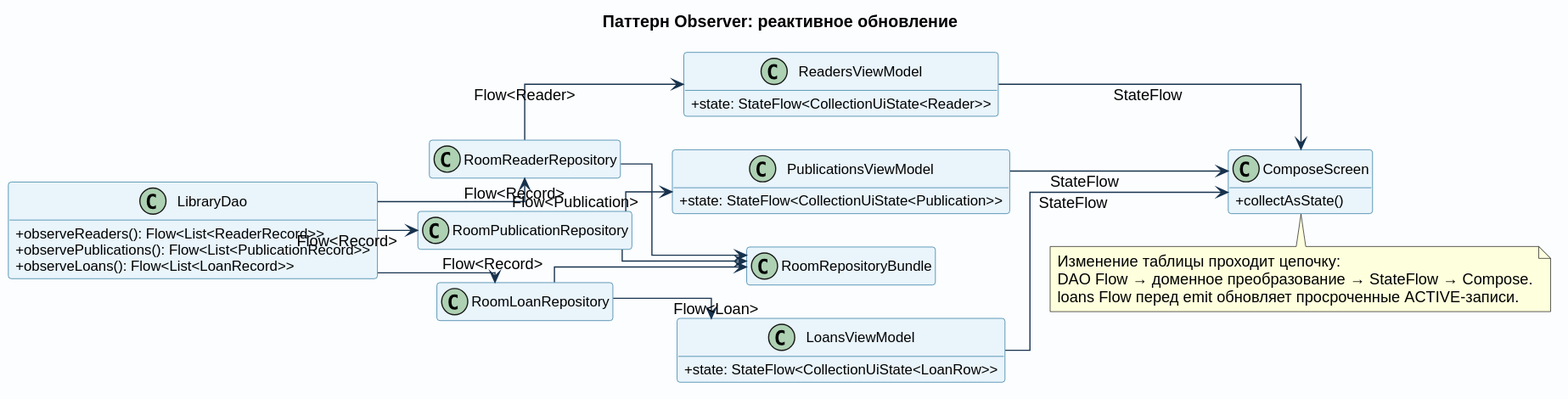
The PlantUML diagram docs/images/pattern_observer.svg in pank-suai/course-oop-library, before a commit. The source it was exported from:
```plantuml
@startuml
left to right direction
skinparam backgroundColor #FBFDFF
skinparam shadowing false
skinparam defaultFontName Arial
skinparam classFontSize 15
skinparam classAttributeFontSize 12
skinparam classAttributeIconSize 0
skinparam packageStyle rectangle
skinparam linetype ortho
skinparam nodesep 28
skinparam ranksep 34
skinparam ArrowColor #17324D
skinparam ClassBorderColor #24739B
skinparam ClassBackgroundColor #E9F4FB
skinparam InterfaceBorderColor #735A9B
skinparam InterfaceBackgroundColor #F0EDFA
hide empty members

title Паттерн Observer: реактивное обновление

class LibraryDao {
  +observeReaders(): Flow<List<ReaderRecord>>
  +observePublications(): Flow<List<PublicationRecord>>
  +observeLoans(): Flow<List<LoanRecord>>
}
class RoomRepositoryBundle
class RoomReaderRepository
class RoomPublicationRepository
class RoomLoanRepository
class ReadersViewModel {
  +state: StateFlow<CollectionUiState<Reader>>
}
class PublicationsViewModel {
  +state: StateFlow<CollectionUiState<Publication>>
}
class LoansViewModel {
  +state: StateFlow<CollectionUiState<LoanRow>>
}
class ComposeScreen {
  +collectAsState()
}

LibraryDao --> RoomReaderRepository : Flow<Record>
LibraryDao --> RoomPublicationRepository : Flow<Record>
LibraryDao --> RoomLoanRepository : Flow<Record>
RoomReaderRepository --> RoomRepositoryBundle
RoomPublicationRepository --> RoomRepositoryBundle
RoomLoanRepository --> RoomRepositoryBundle
RoomReaderRepository --> ReadersViewModel : Flow<Reader>
RoomPublicationRepository --> PublicationsViewModel : Flow<Publication>
RoomLoanRepository --> LoansViewModel : Flow<Loan>
ReadersViewModel --> ComposeScreen : StateFlow
PublicationsViewModel --> ComposeScreen : StateFlow
LoansViewModel --> ComposeScreen : StateFlow
note bottom
  Изменение таблицы проходит цепочку:
  DAO Flow → доменное преобразование → StateFlow → Compose.
  loans Flow перед emit обновляет просроченные ACTIVE-записи.
end note
@enduml
```
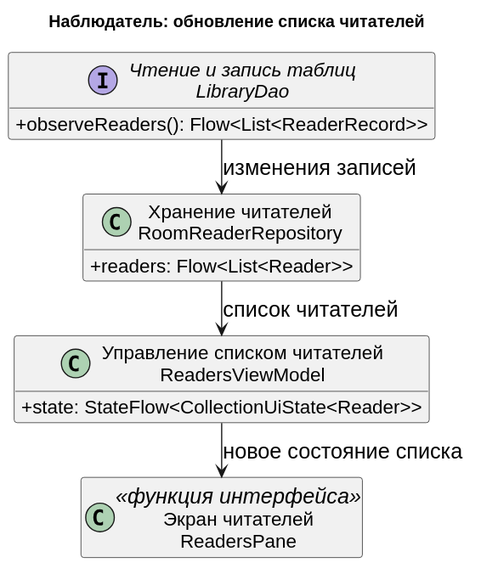
The same diagram one commit later.

Diff of the diagram source:
```diff
@@ -1,61 +1,28 @@
 @startuml
-left to right direction
-skinparam backgroundColor #FBFDFF
+top to bottom direction
 skinparam shadowing false
+skinparam backgroundColor white
 skinparam defaultFontName Arial
-skinparam classFontSize 15
-skinparam classAttributeFontSize 12
+skinparam defaultFontSize 18
+skinparam classFontSize 18
+skinparam classAttributeFontSize 16
 skinparam classAttributeIconSize 0
 skinparam packageStyle rectangle
-skinparam linetype ortho
-skinparam nodesep 28
-skinparam ranksep 34
-skinparam ArrowColor #17324D
-skinparam ClassBorderColor #24739B
-skinparam ClassBackgroundColor #E9F4FB
-skinparam InterfaceBorderColor #735A9B
-skinparam InterfaceBackgroundColor #F0EDFA
+skinparam nodesep 18
+skinparam ranksep 24
 hide empty members
-
-title Паттерн Observer: реактивное обновление
-
-class LibraryDao {
-  +observeReaders(): Flow<List<ReaderRecord>>
-  +observePublications(): Flow<List<PublicationRecord>>
-  +observeLoans(): Flow<List<LoanRecord>>
+title Наблюдатель: обновление списка читателей
+interface "Чтение и запись таблиц\nLibraryDao" as LibraryDao {
+ +observeReaders(): Flow<List<ReaderRecord>>
 }
-class RoomRepositoryBundle
-class RoomReaderRepository
-class RoomPublicationRepository
-class RoomLoanRepository
-class ReadersViewModel {
-  +state: StateFlow<CollectionUiState<Reader>>
+class "Хранение читателей\nRoomReaderRepository" as RoomReaderRepository {
+ +readers: Flow<List<Reader>>
 }
-class PublicationsViewModel {
-  +state: StateFlow<CollectionUiState<Publication>>
+class "Управление списком читателей\nReadersViewModel" as ReadersViewModel {
+ +state: StateFlow<CollectionUiState<Reader>>
 }
-class LoansViewModel {
-  +state: StateFlow<CollectionUiState<LoanRow>>
-}
-class ComposeScreen {
-  +collectAsState()
-}
-
-LibraryDao --> RoomReaderRepository : Flow<Record>
-LibraryDao --> RoomPublicationRepository : Flow<Record>
-LibraryDao --> RoomLoanRepository : Flow<Record>
-RoomReaderRepository --> RoomRepositoryBundle
-RoomPublicationRepository --> RoomRepositoryBundle
-RoomLoanRepository --> RoomRepositoryBundle
-RoomReaderRepository --> ReadersViewModel : Flow<Reader>
-RoomPublicationRepository --> PublicationsViewModel : Flow<Publication>
-RoomLoanRepository --> LoansViewModel : Flow<Loan>
-ReadersViewModel --> ComposeScreen : StateFlow
-PublicationsViewModel --> ComposeScreen : StateFlow
-LoansViewModel --> ComposeScreen : StateFlow
-note bottom
-  Изменение таблицы проходит цепочку:
-  DAO Flow → доменное преобразование → StateFlow → Compose.
-  loans Flow перед emit обновляет просроченные ACTIVE-записи.
-end note
+class "Экран читателей\nReadersPane" as ReadersPane <<функция интерфейса>>
+LibraryDao --> RoomReaderRepository : изменения записей
+RoomReaderRepository --> ReadersViewModel : список читателей
+ReadersViewModel --> ReadersPane : новое состояние списка
 @enduml
```
